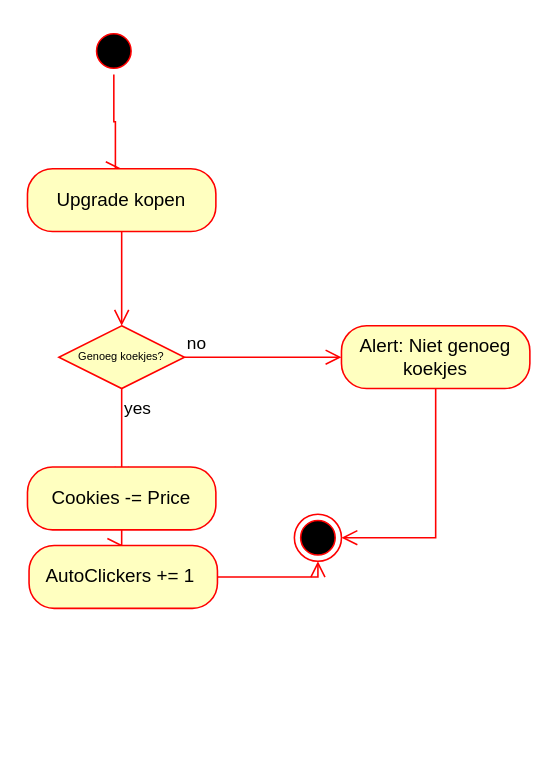
Above: Documentatie/Activity Diagram.drawio in RichardWasNotAvailable/CookieClickerClone (draw.io), before the change. Source tidied: cells renumbered, new cells numbered last; positions are measured from the earlier drawing's top-left corner, leaving out a move shared by most shapes. Both pictures are drawn from the tidied source at 157%, with x=0, y=0 at pixel (27, 27).
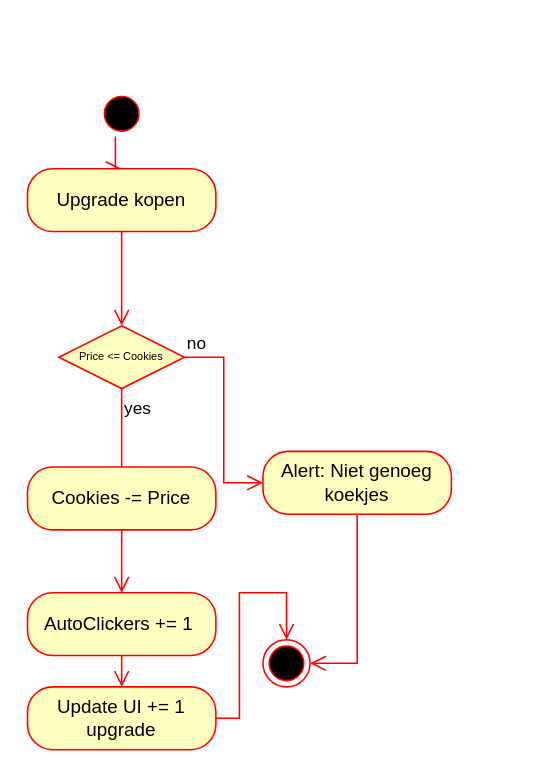
After the change.

The edit, as a diff of the source:
```diff
@@
-    <mxCell id="2" style="ellipse;html=1;shape=startState;fillColor=#000000;strokeColor=#ff0000;" parent="1" vertex="1">
-      <mxGeometry x="40" width="30" height="30" as="geometry" />
+    <mxCell id="2" style="ellipse;html=1;shape=startState;fillColor=#000000;strokeColor=#ff0000;direction=east;" parent="1" vertex="1">
+      <mxGeometry x="45" y="40" width="30" height="30" as="geometry" />
     </mxCell>
@@
-    <mxCell id="6" value="Genoeg koekjes?" style="rhombus;whiteSpace=wrap;html=1;fontColor=#000000;fillColor=#ffffc0;strokeColor=#ff0000;fontSize=7;" parent="1" vertex="1">
+    <mxCell id="6" value="Price &amp;lt;= Cookies" style="rhombus;whiteSpace=wrap;html=1;fontColor=#000000;fillColor=#ffffc0;strokeColor=#ff0000;fontSize=7;" parent="1" vertex="1">
       <mxGeometry x="20" y="190" width="80" height="40" as="geometry" />
     </mxCell>
-    <mxCell id="7" value="no" style="edgeStyle=orthogonalEdgeStyle;html=1;align=left;verticalAlign=bottom;endArrow=open;endSize=8;strokeColor=#ff0000;rounded=0;" parent="1" edge="1" source="6">
-      <mxGeometry x="-1" relative="1" as="geometry">
-        <mxPoint x="200" y="210" as="targetPoint" />
-      </mxGeometry>
+    <mxCell id="7" value="no" style="edgeStyle=orthogonalEdgeStyle;html=1;align=left;verticalAlign=bottom;endArrow=open;endSize=8;strokeColor=#ff0000;rounded=0;entryX=0;entryY=0.5;entryDx=0;entryDy=0;" parent="1" edge="1" source="6" target="9">
+      <mxGeometry x="-1" relative="1" as="geometry" />
     </mxCell>
@@
     <mxCell id="9" value="Alert: Niet genoeg koekjes" style="rounded=1;whiteSpace=wrap;html=1;arcSize=40;fontColor=#000000;fillColor=#ffffc0;strokeColor=#ff0000;" parent="1" vertex="1">
-      <mxGeometry x="200" y="190" width="120" height="40" as="geometry" />
+      <mxGeometry x="150" y="270" width="120" height="40" as="geometry" />
     </mxCell>
-    <mxCell id="10" style="edgeStyle=orthogonalEdgeStyle;html=1;verticalAlign=bottom;endArrow=open;endSize=8;strokeColor=#ff0000;rounded=0;entryX=1;entryY=0.5;entryDx=0;entryDy=0;" parent="1" edge="1" source="9" target="11">
-      <mxGeometry relative="1" as="geometry" />
+    <mxCell id="10" style="edgeStyle=orthogonalEdgeStyle;html=1;verticalAlign=bottom;endArrow=open;endSize=8;strokeColor=#ff0000;rounded=0;entryX=1;entryY=0.5;entryDx=0;entryDy=0;exitX=0.5;exitY=1;exitDx=0;exitDy=0;" parent="1" edge="1" source="9" target="19">
+      <mxGeometry relative="1" as="geometry">
+        <Array as="points">
+          <mxPoint x="210" y="405" />
+        </Array>
+      </mxGeometry>
     </mxCell>
-    <mxCell id="11" style="ellipse;html=1;shape=endState;fillColor=#000000;strokeColor=#ff0000;" parent="1" vertex="1">
-      <mxGeometry x="170" y="310" width="30" height="30" as="geometry" />
-    </mxCell>
@@
     <mxCell id="14" value="AutoClickers += 1&amp;nbsp;" style="rounded=1;whiteSpace=wrap;html=1;arcSize=40;fontColor=#000000;fillColor=#ffffc0;strokeColor=#ff0000;" parent="1" vertex="1">
-      <mxGeometry x="1" y="330" width="120" height="40" as="geometry" />
+      <mxGeometry y="360" width="120" height="40" as="geometry" />
     </mxCell>
-    <mxCell id="15" style="edgeStyle=orthogonalEdgeStyle;html=1;verticalAlign=bottom;endArrow=open;endSize=8;strokeColor=#ff0000;rounded=0;entryX=0.5;entryY=1;entryDx=0;entryDy=0;" parent="1" edge="1" source="14" target="11">
-      <mxGeometry relative="1" as="geometry" />
-    </mxCell>
+    <mxCell id="16" value="Update UI += 1 upgrade" style="rounded=1;whiteSpace=wrap;html=1;arcSize=40;fontColor=#000000;fillColor=#ffffc0;strokeColor=#ff0000;" parent="1" vertex="1">
+      <mxGeometry y="420" width="120" height="40" as="geometry" />
+    </mxCell>
+    <mxCell id="17" style="edgeStyle=orthogonalEdgeStyle;html=1;verticalAlign=bottom;endArrow=open;endSize=8;strokeColor=#ff0000;rounded=0;entryX=0.5;entryY=0;entryDx=0;entryDy=0;" parent="1" edge="1" source="16" target="19">
+      <mxGeometry relative="1" as="geometry">
+        <Array as="points">
+          <mxPoint x="135" y="440" />
+          <mxPoint x="135" y="360" />
+          <mxPoint x="165" y="360" />
+        </Array>
+      </mxGeometry>
+    </mxCell>
+    <mxCell id="18" style="edgeStyle=orthogonalEdgeStyle;html=1;verticalAlign=bottom;endArrow=open;endSize=8;strokeColor=#ff0000;rounded=0;exitX=0.5;exitY=1;exitDx=0;exitDy=0;" parent="1" edge="1" source="14">
+      <mxGeometry relative="1" as="geometry">
+        <mxPoint x="60" y="420" as="targetPoint" />
+      </mxGeometry>
+    </mxCell>
+    <mxCell id="19" style="ellipse;html=1;shape=endState;fillColor=#000000;strokeColor=#ff0000;" parent="1" vertex="1">
+      <mxGeometry x="150" y="390" width="30" height="30" as="geometry" />
+    </mxCell>
```
